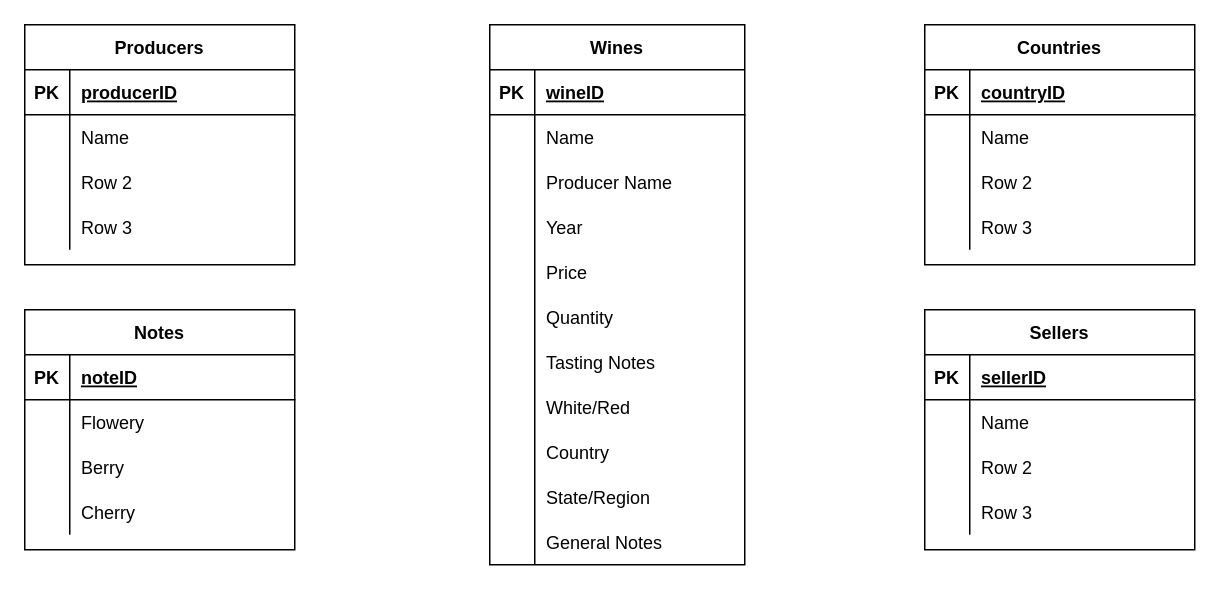
Earlier version of the draw.io diagram Wine Inventory App.drawio (bdeblaeydeere/wineinventory). Source tidied: cells renumbered, new cells numbered last; positions are measured from the earlier drawing's top-left corner, leaving out a move shared by most shapes. Both pictures are drawn from the tidied source at 150%, with x=0, y=0 at pixel (24, 24).
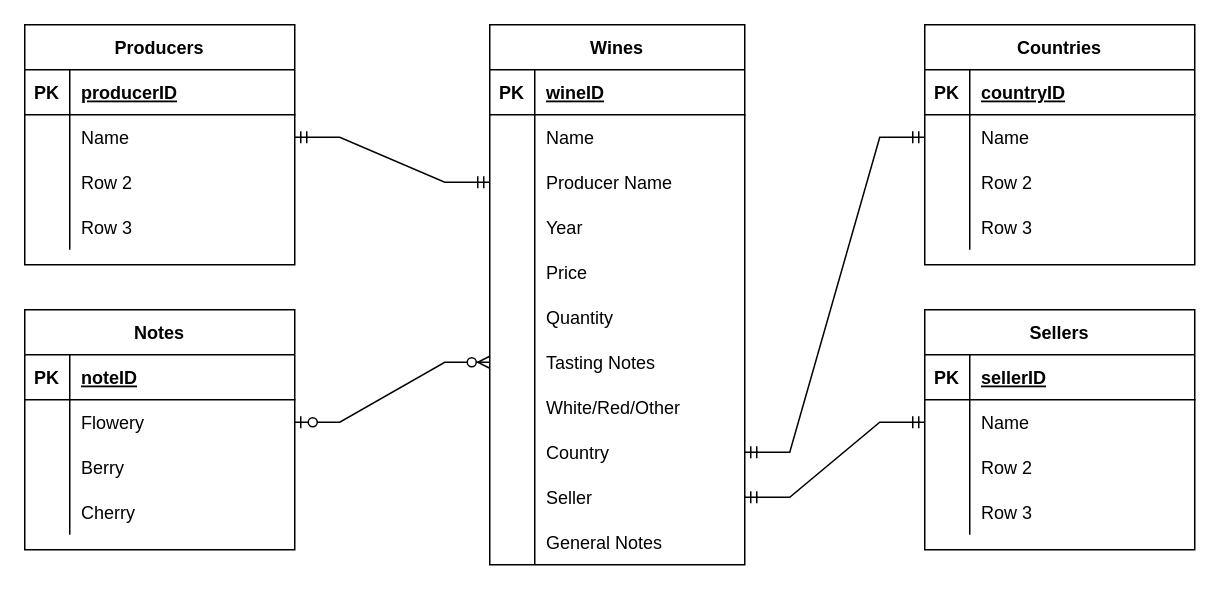
The same page after the edit.

Unchanged cells that the change refers to:
```xml
<mxCell id="9" style="shape=partialRectangle;fillColor=none;top=0;left=0;bottom=0;right=0;points=[[0,0.5],[1,0.5]];portConstraint=eastwest;" parent="2" vertex="1">
  <mxGeometry y="90" width="170" height="30" as="geometry" />
</mxCell>
<mxCell id="21" style="shape=partialRectangle;fillColor=none;top=0;left=0;bottom=0;right=0;points=[[0,0.5],[1,0.5]];portConstraint=eastwest;" parent="2" vertex="1">
  <mxGeometry y="210" width="170" height="30" as="geometry" />
</mxCell>
<mxCell id="24" style="shape=partialRectangle;fillColor=none;top=0;left=0;bottom=0;right=0;" parent="2" vertex="1">
  <mxGeometry y="240" width="170" height="30" as="geometry" />
</mxCell>
<mxCell id="27" style="shape=partialRectangle;fillColor=none;top=0;left=0;bottom=0;right=0;points=[[0,0.5],[1,0.5]];portConstraint=eastwest;" parent="2" vertex="1">
  <mxGeometry y="270" width="170" height="30" as="geometry" />
</mxCell>
<mxCell id="30" style="shape=partialRectangle;fillColor=none;top=0;left=0;bottom=0;right=0;points=[[0,0.5],[1,0.5]];portConstraint=eastwest;" parent="2" vertex="1">
  <mxGeometry y="300" width="170" height="30" as="geometry" />
</mxCell>
<mxCell id="40" style="shape=partialRectangle;fillColor=none;top=0;left=0;bottom=0;right=0;points=[[0,0.5],[1,0.5]];portConstraint=eastwest;" parent="36" vertex="1">
  <mxGeometry y="60" width="180" height="30" as="geometry" />
</mxCell>
<mxCell id="53" style="shape=partialRectangle;fillColor=none;top=0;left=0;bottom=0;right=0;points=[[0,0.5],[1,0.5]];portConstraint=eastwest;" parent="49" vertex="1">
  <mxGeometry y="60" width="180" height="30" as="geometry" />
</mxCell>
<mxCell id="66" style="shape=partialRectangle;fillColor=none;top=0;left=0;bottom=0;right=0;points=[[0,0.5],[1,0.5]];portConstraint=eastwest;" parent="62" vertex="1">
  <mxGeometry y="60" width="180" height="30" as="geometry" />
</mxCell>
<mxCell id="79" style="shape=partialRectangle;fillColor=none;top=0;left=0;bottom=0;right=0;points=[[0,0.5],[1,0.5]];portConstraint=eastwest;" parent="75" vertex="1">
  <mxGeometry y="60" width="180" height="30" as="geometry" />
</mxCell>
```

What changed in the source:
```diff
@@
-    <mxCell id="26" value="White/Red" style="shape=partialRectangle;fillColor=none;top=0;left=0;bottom=0;right=0;align=left;spacingLeft=6;overflow=hidden;" parent="24" vertex="1">
+    <mxCell id="26" value="White/Red/Other" style="shape=partialRectangle;fillColor=none;top=0;left=0;bottom=0;right=0;align=left;spacingLeft=6;overflow=hidden;" parent="24" vertex="1">
       <mxGeometry x="30" width="140" height="30" as="geometry" />
     </mxCell>
@@
-    <mxCell id="32" value="State/Region" style="shape=partialRectangle;fillColor=none;top=0;left=0;bottom=0;right=0;align=left;spacingLeft=6;overflow=hidden;" parent="30" vertex="1">
-      <mxGeometry x="30" width="140" height="30" as="geometry" />
-    </mxCell>
+    <mxCell id="88" value="Seller" style="shape=partialRectangle;fillColor=none;top=0;left=0;bottom=0;right=0;align=left;spacingLeft=6;overflow=hidden;" parent="30" vertex="1">
+      <mxGeometry x="30" width="140" height="30" as="geometry" />
+    </mxCell>
@@
+    <mxCell id="89" style="edgeStyle=entityRelationEdgeStyle;fontSize=12;html=1;endArrow=ERmandOne;startArrow=ERmandOne;rounded=0;entryX=0;entryY=0.5;entryDx=0;entryDy=0;" parent="1" edge="1" source="53" target="9">
+      <mxGeometry relative="1" as="geometry" />
+    </mxCell>
+    <mxCell id="90" style="edgeStyle=entityRelationEdgeStyle;fontSize=12;html=1;endArrow=ERzeroToMany;startArrow=ERzeroToOne;rounded=0;entryX=0;entryY=0.5;entryDx=0;entryDy=0;exitX=1;exitY=0.5;exitDx=0;exitDy=0;" parent="1" edge="1" source="79" target="21">
+      <mxGeometry relative="1" as="geometry" />
+    </mxCell>
+    <mxCell id="91" style="edgeStyle=entityRelationEdgeStyle;fontSize=12;html=1;endArrow=ERmandOne;startArrow=ERmandOne;rounded=0;entryX=0;entryY=0.5;entryDx=0;entryDy=0;exitX=1;exitY=0.5;exitDx=0;exitDy=0;" parent="1" edge="1" source="30" target="66">
+      <mxGeometry relative="1" as="geometry" />
+    </mxCell>
+    <mxCell id="92" style="edgeStyle=entityRelationEdgeStyle;fontSize=12;html=1;endArrow=ERmandOne;startArrow=ERmandOne;rounded=0;entryX=0;entryY=0.5;entryDx=0;entryDy=0;exitX=1;exitY=0.5;exitDx=0;exitDy=0;" parent="1" edge="1" source="27" target="40">
+      <mxGeometry relative="1" as="geometry" />
+    </mxCell>
```
